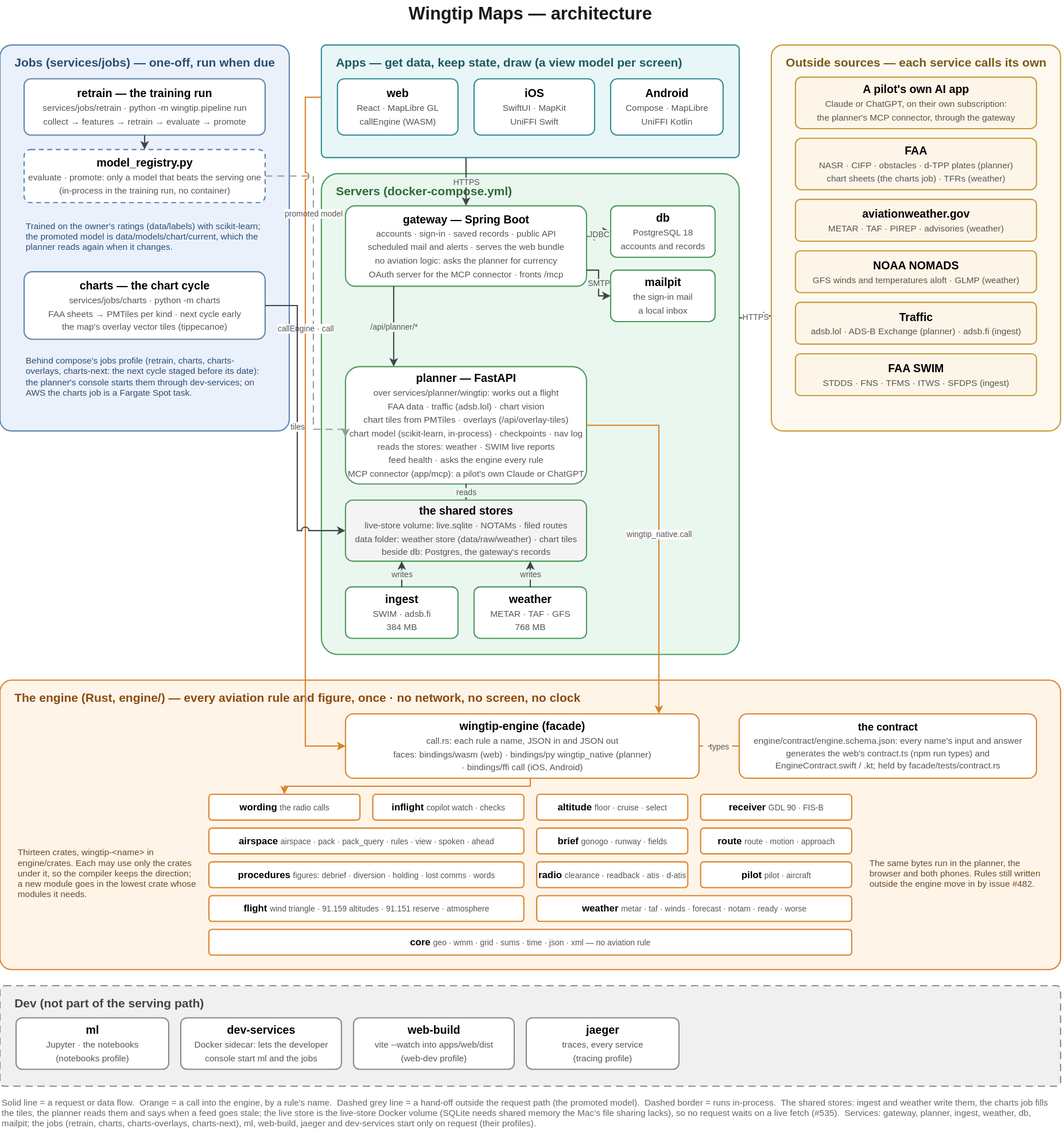
Earlier version of the draw.io export docs/architecture-current.svg (asdaq-samir/wingtip). Source tidied: cells renumbered, new cells last; positions are measured from the earlier drawing's top-left corner, leaving out a move shared by most shapes.
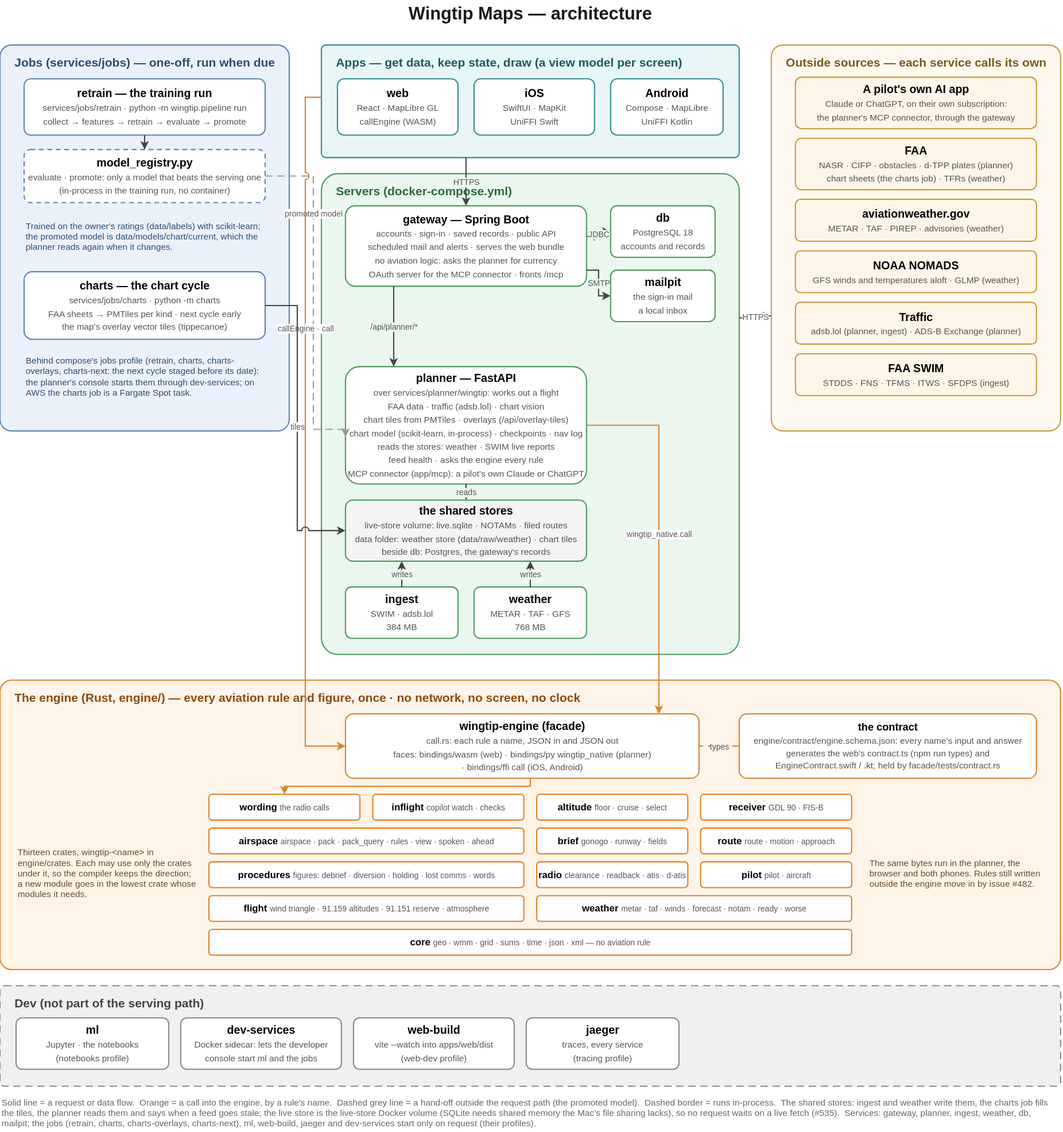
After the change.

What changed in the source:
```diff
@@ -62,7 +62,7 @@
     <mxCell id="21" value="&lt;b&gt;the shared stores&lt;/b&gt;&lt;br&gt;&lt;span style=&quot;font-size:11px;color:#555555;&quot;&gt;live-store volume: live.sqlite · NOTAMs · filed routes&lt;/span&gt;&lt;br&gt;&lt;span style=&quot;font-size:11px;color:#555555;&quot;&gt;data folder: weather store (data/raw/weather) · chart tiles&lt;/span&gt;&lt;br&gt;&lt;span style=&quot;font-size:11px;color:#555555;&quot;&gt;beside db: Postgres, the gateway's records&lt;/span&gt;" style="rounded=1;arcSize=12;whiteSpace=wrap;html=1;fillColor=#F4F4F4;strokeColor=#4A9A5C;strokeWidth=1.5;fontSize=14;" parent="1" vertex="1">
       <mxGeometry x="430" y="622" width="300" height="76" as="geometry" />
     </mxCell>
-    <mxCell id="22" value="&lt;b&gt;ingest&lt;/b&gt;&lt;br&gt;&lt;span style=&quot;font-size:11px;color:#555555;&quot;&gt;SWIM · adsb.fi&lt;/span&gt;&lt;br&gt;&lt;span style=&quot;font-size:11px;color:#555555;&quot;&gt;384 MB&lt;/span&gt;" style="rounded=1;arcSize=12;whiteSpace=wrap;html=1;fillColor=#FFFFFF;strokeColor=#4A9A5C;strokeWidth=1.5;fontSize=14;" parent="1" vertex="1">
+    <mxCell id="22" value="&lt;b&gt;ingest&lt;/b&gt;&lt;br&gt;&lt;span style=&quot;font-size:11px;color:#555555;&quot;&gt;SWIM · adsb.lol&lt;/span&gt;&lt;br&gt;&lt;span style=&quot;font-size:11px;color:#555555;&quot;&gt;384 MB&lt;/span&gt;" style="rounded=1;arcSize=12;whiteSpace=wrap;html=1;fillColor=#FFFFFF;strokeColor=#4A9A5C;strokeWidth=1.5;fontSize=14;" parent="1" vertex="1">
       <mxGeometry x="430" y="730" width="140" height="64" as="geometry" />
     </mxCell>
     <mxCell id="23" value="&lt;b&gt;weather&lt;/b&gt;&lt;br&gt;&lt;span style=&quot;font-size:11px;color:#555555;&quot;&gt;METAR · TAF · GFS&lt;/span&gt;&lt;br&gt;&lt;span style=&quot;font-size:11px;color:#555555;&quot;&gt;768 MB&lt;/span&gt;" style="rounded=1;arcSize=12;whiteSpace=wrap;html=1;fillColor=#FFFFFF;strokeColor=#4A9A5C;strokeWidth=1.5;fontSize=14;" parent="1" vertex="1">
@@ -80,7 +80,7 @@
     <mxCell id="27" value="&lt;b&gt;NOAA NOMADS&lt;/b&gt;&lt;br&gt;&lt;span style=&quot;font-size:11px;color:#555555;&quot;&gt;GFS winds and temperatures aloft · GLMP (weather)&lt;/span&gt;" style="rounded=1;arcSize=12;whiteSpace=wrap;html=1;fillColor=#FDF6E8;strokeColor=#C79A3A;strokeWidth=1.5;fontSize=14;" parent="1" vertex="1">
       <mxGeometry x="990" y="312" width="300" height="52" as="geometry" />
     </mxCell>
-    <mxCell id="28" value="&lt;b&gt;Traffic&lt;/b&gt;&lt;br&gt;&lt;span style=&quot;font-size:11px;color:#555555;&quot;&gt;adsb.lol · ADS-B Exchange (planner) · adsb.fi (ingest)&lt;/span&gt;" style="rounded=1;arcSize=12;whiteSpace=wrap;html=1;fillColor=#FDF6E8;strokeColor=#C79A3A;strokeWidth=1.5;fontSize=14;" parent="1" vertex="1">
+    <mxCell id="28" value="&lt;b&gt;Traffic&lt;/b&gt;&lt;br&gt;&lt;span style=&quot;font-size:11px;color:#555555;&quot;&gt;adsb.lol (planner, ingest) · ADS-B Exchange (planner)&lt;/span&gt;" style="rounded=1;arcSize=12;whiteSpace=wrap;html=1;fillColor=#FDF6E8;strokeColor=#C79A3A;strokeWidth=1.5;fontSize=14;" parent="1" vertex="1">
       <mxGeometry x="990" y="376" width="300" height="52" as="geometry" />
     </mxCell>
     <mxCell id="29" value="&lt;b&gt;FAA SWIM&lt;/b&gt;&lt;br&gt;&lt;span style=&quot;font-size:11px;color:#555555;&quot;&gt;STDDS · FNS · TFMS · ITWS · SFDPS (ingest)&lt;/span&gt;" style="rounded=1;arcSize=12;whiteSpace=wrap;html=1;fillColor=#FDF6E8;strokeColor=#C79A3A;strokeWidth=1.5;fontSize=14;" parent="1" vertex="1">
```
